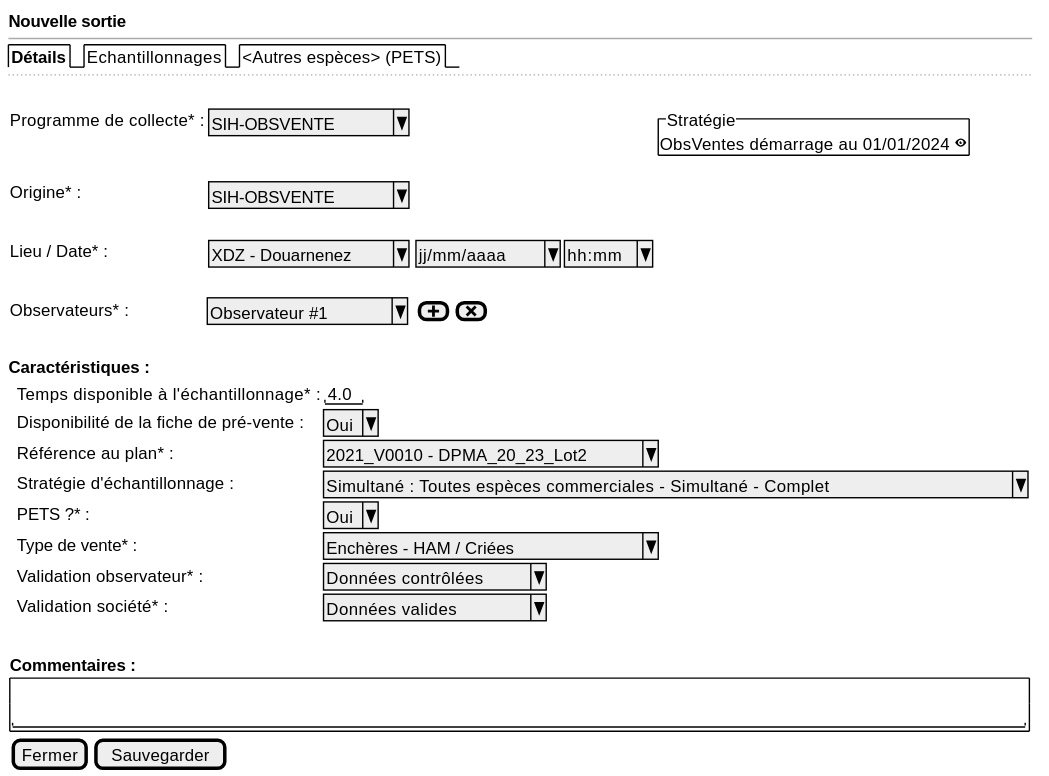
Earlier version of the PlantUML export projects/obsvente/spe/images/observed-location-new.svg (sumaris-net/sumaris-doc).
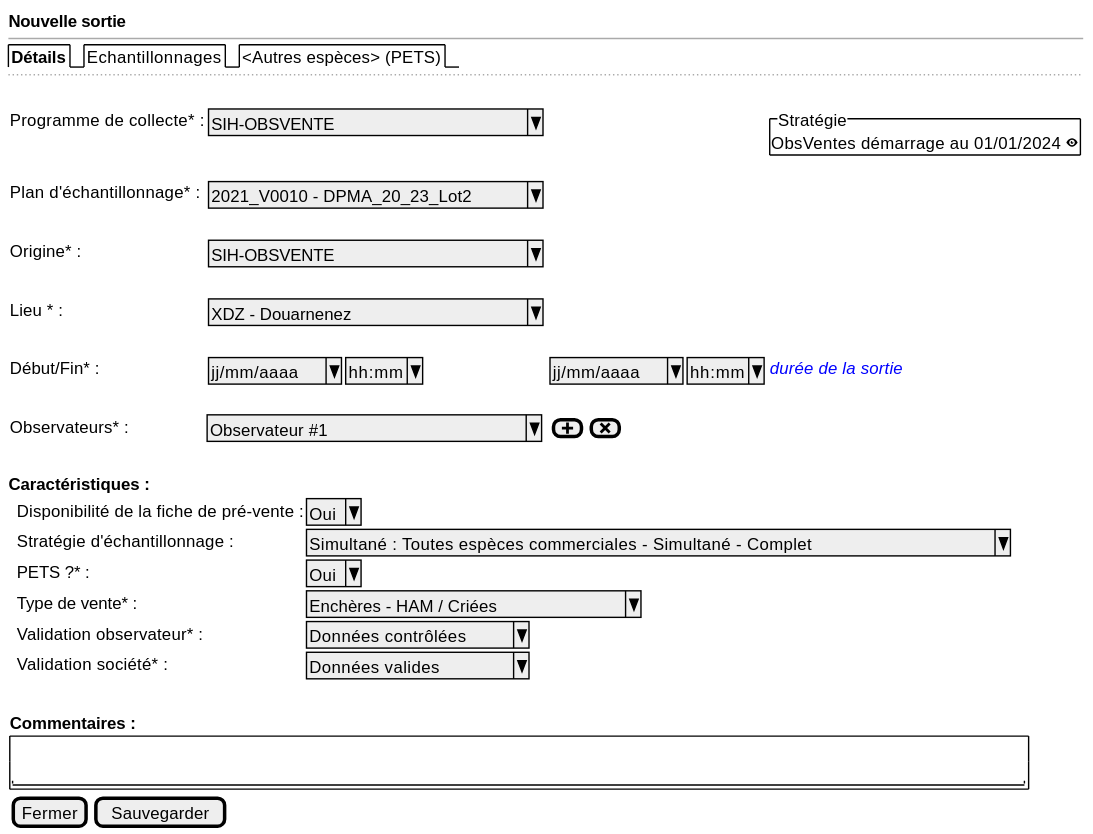
After the commit.

Commit message:
MAJ sortie (plan d'échantillonnage et date début et fin)

The edit, as a diff of the source:
```diff
@@ -7,13 +7,17 @@
   .
   {
 
-      Programme de collecte* :    | { ^SIH-OBSVENTE    ^ } | * | {^"Stratégie"
+      Programme de collecte* :    | { ^SIH-OBSVENTE                ^ } | * | {^"Stratégie"
                                                                                               ObsVentes démarrage au 01/01/2024 <&eye> }
-      Origine* :    | { ^SIH-OBSVENTE    ^ }
+      Plan d'échantillonnage* :    | { ^2021_V0010 - DPMA_20_23_Lot2^}
       .
-      Lieu / Date* :     | { ^XDZ - Douarnenez^ } | { ^ jj/mm/aaaa^  |  ^ hh:mm^ }
+      Origine* :    | { ^SIH-OBSVENTE                ^ }
       .
-      Observateurs* :            | ^ Observateur #1 ^ | { [<&plus>] | [<&x>] }
+      Lieu * :     | { ^XDZ - Douarnenez            ^ }
+      .
+      Début/Fin* :     | { ^jj/mm/aaaa^  |  ^hh:mm^ } { ^jj/mm/aaaa^  |  ^hh:mm^ } <i><color:blue>durée de la sortie
+      .
+      Observateurs* :            | ^ Observateur #1             ^ | { [<&plus>] | [<&x>] }
       .
 
 
@@ -22,9 +26,7 @@
   <b>Caractéristiques :
 
   {
-      . | Temps disponible à l'échantillonnage* :| "4.0"
       . | Disponibilité de la fiche de pré-vente :| ^Oui^
-      . | Référence au plan* : | ^2021_V0010 - DPMA_20_23_Lot2^
       . | Stratégie d'échantillonnage : | ^Simultané : Toutes espèces commerciales - Simultané - Complet^
       . | PETS ?* : | ^Oui^
       . | Type de vente* : | ^Enchères - HAM / Criées     ^
```
